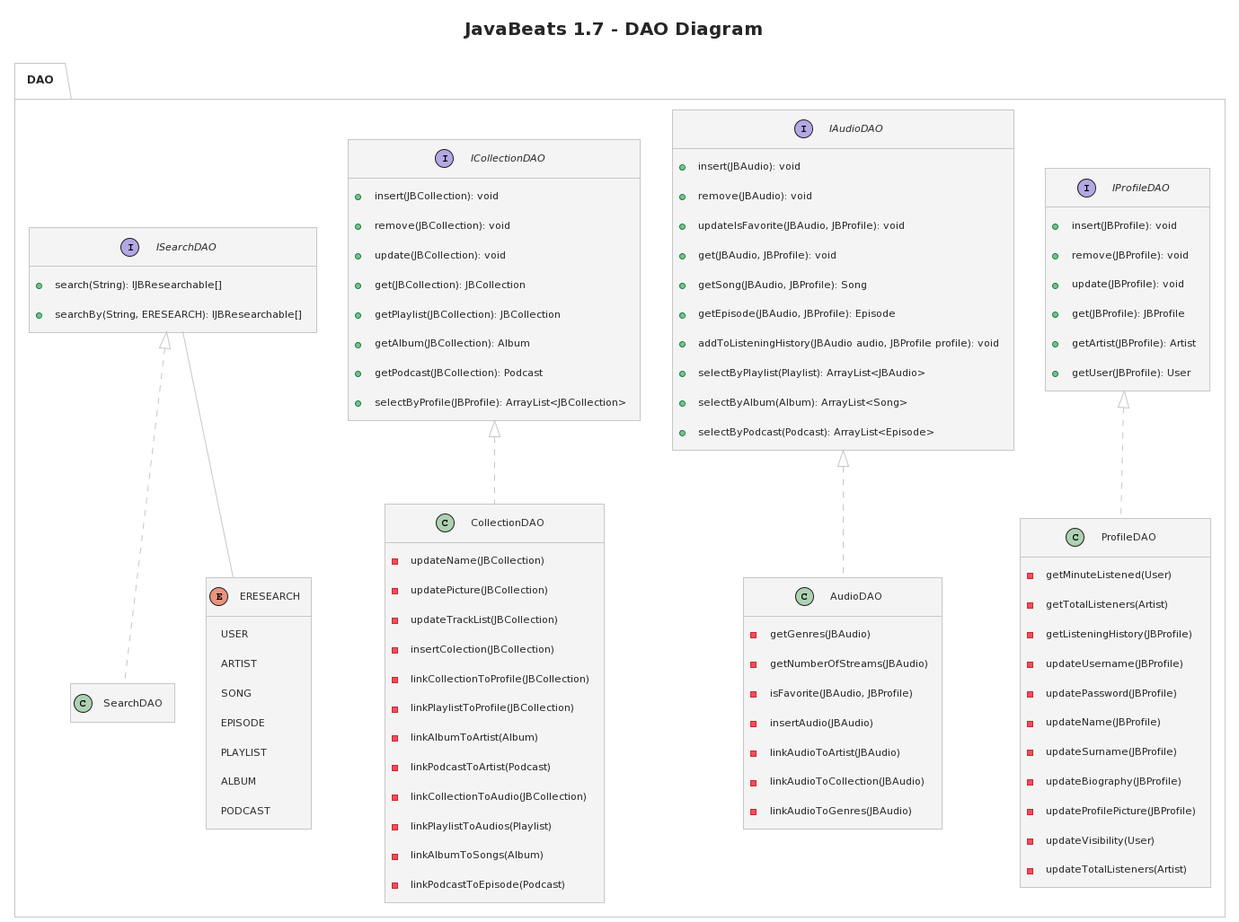
The PlantUML diagram doc/DAO/DAO_UML.png in IngSW-unipv/Progetto-B24, before a commit.
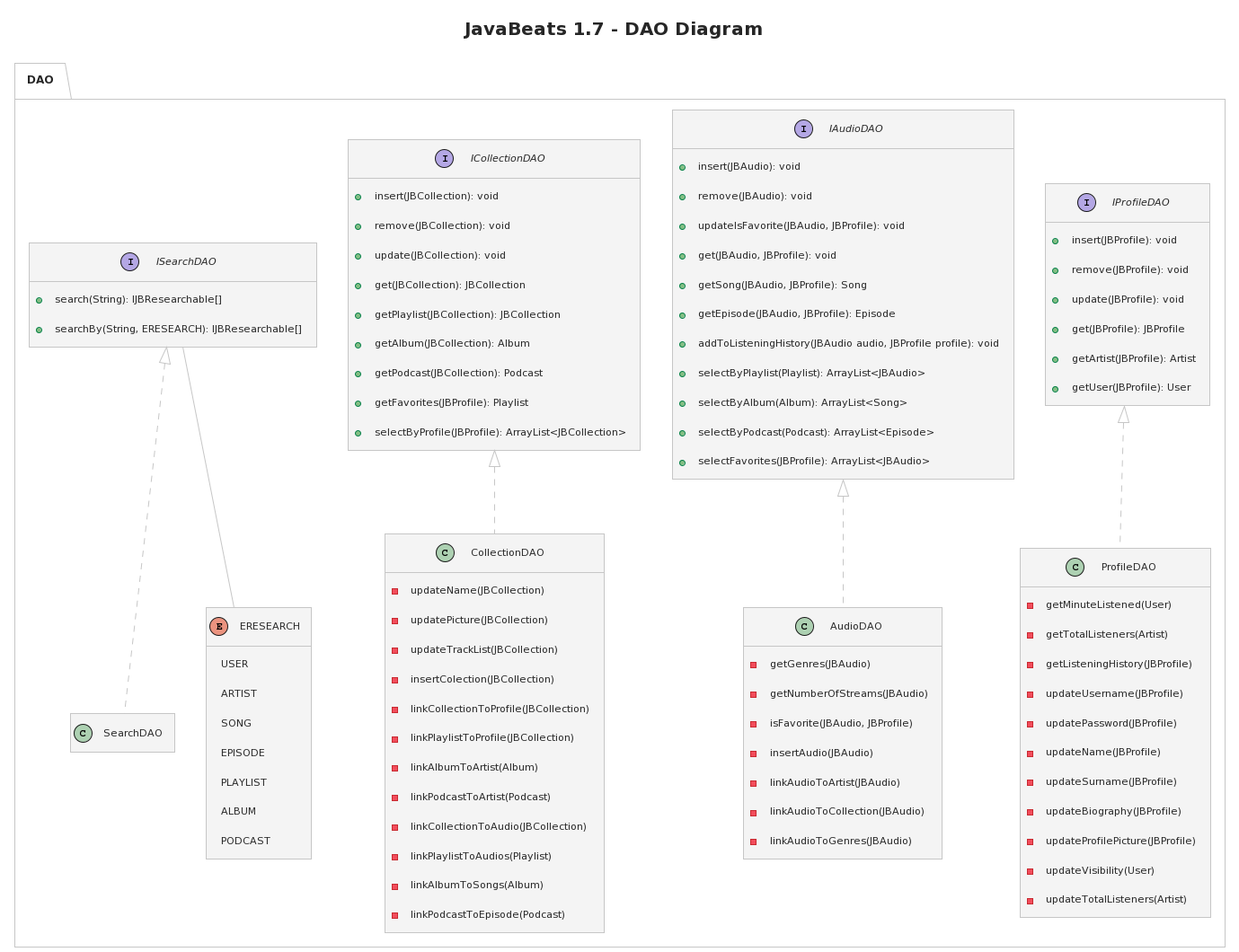
After the change.

Change to the diagram source:
```diff
@@ -37,6 +37,7 @@
     + selectByPlaylist(Playlist): ArrayList<JBAudio>
     + selectByAlbum(Album): ArrayList<Song>
     + selectByPodcast(Podcast): ArrayList<Episode>
+    + selectFavorites(JBProfile): ArrayList<JBAudio>
   }
   class AudioDAO implements IAudioDAO{
     - getGenres(JBAudio)
@@ -56,10 +57,10 @@
     + getPlaylist(JBCollection): JBCollection
     + getAlbum(JBCollection): Album
     + getPodcast(JBCollection): Podcast
+    + getFavorites(JBProfile): Playlist
     + selectByProfile(JBProfile): ArrayList<JBCollection>
   }
   class CollectionDAO implements ICollectionDAO {
-
     - updateName(JBCollection)
     - updatePicture(JBCollection)
     - updateTrackList(JBCollection)
```
